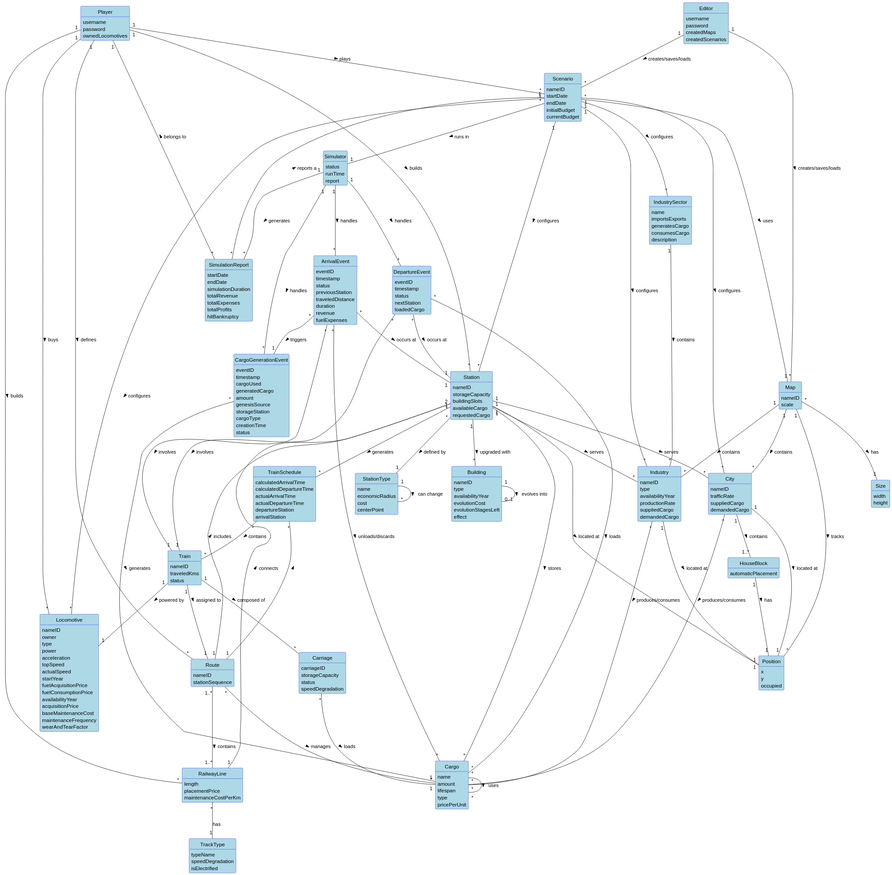
This is docs/system-documentation/global-artifacts/02.analysis/svg/DomainModel.svg from HenriqueSilva18/Railway-Network-Simulator, a PlantUML export, as it was before one commit.
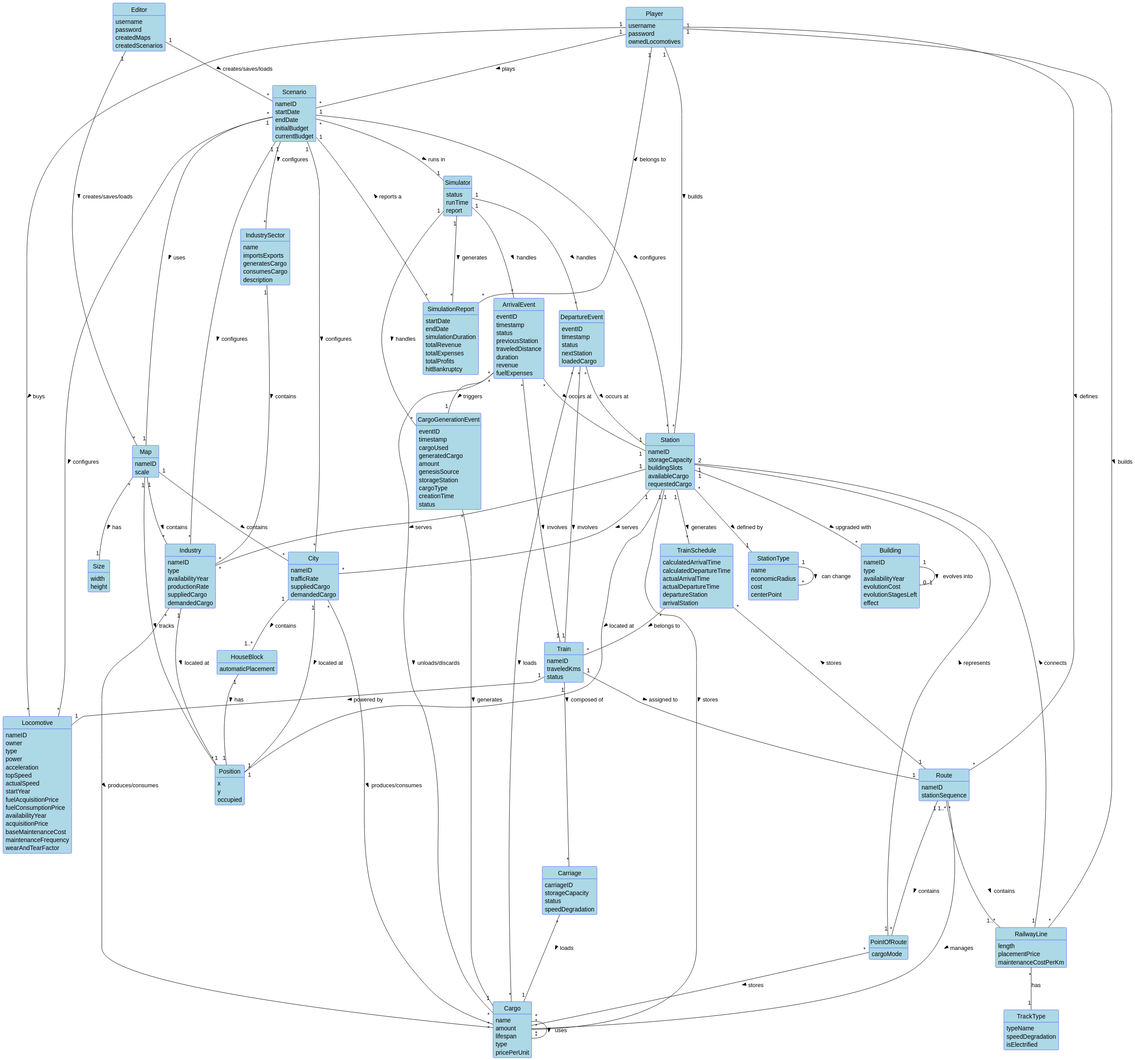
The same file after the commit.

Commit message:
[Domain Model] - Ref #408 - Minor update regarding US10 Acceptance Criteria

Diff of the diagram source:
```diff
@@ -214,6 +214,10 @@
   stationSequence
 }
 
+class PointOfRoute {
+  cargoMode
+}
+
 Editor "1" -- "*" Map : creates/saves/loads >
 Editor "1" -- "*" Scenario : creates/saves/loads >
 Scenario "*" -- "1" Map : uses >
@@ -235,7 +239,9 @@
 Train "1" -- "*" Carriage : composed of >
 Carriage "*" -- "1" Cargo : loads >
 Train "1" -- "1" Route : assigned to >
-Route "1" -- "*" Station : includes >
+Route "1" -- "*" PointOfRoute : contains >
+PointOfRoute "1" -- "1" Station : represents >
+PointOfRoute "*" -- "*" Cargo : stores >
 Route "*" -- "*" Cargo : manages >
 Scenario "1" -- "*" Locomotive : configures >
 Scenario "1" -- "*" Industry : configures >
@@ -255,7 +261,7 @@
 Industry "*" -- "*" Cargo : produces/consumes >
 Station "*" -- "1" StationType : defined by >
 StationType "1" -- "*" StationType : can change >
-TrainSchedule "*" -- "*" Train: contains >
+TrainSchedule "*" -- "*" Train: belongs to >
 Station "1" -- "*" TrainSchedule: generates >
 Simulator "1" -- "*" SimulationReport : generates >
 SimulationReport "*" -- "1" Scenario : reports a >
@@ -267,7 +273,7 @@
 Simulator "1" -- "*" ArrivalEvent : handles >
 
 Cargo "*" -- "*" Cargo : uses >
-Route "1" -- "*" TrainSchedule :  >
+Route "1" -- "*" TrainSchedule : stores  >
 
 
 DepartureEvent "*" -- "1" Train : involves >
```
